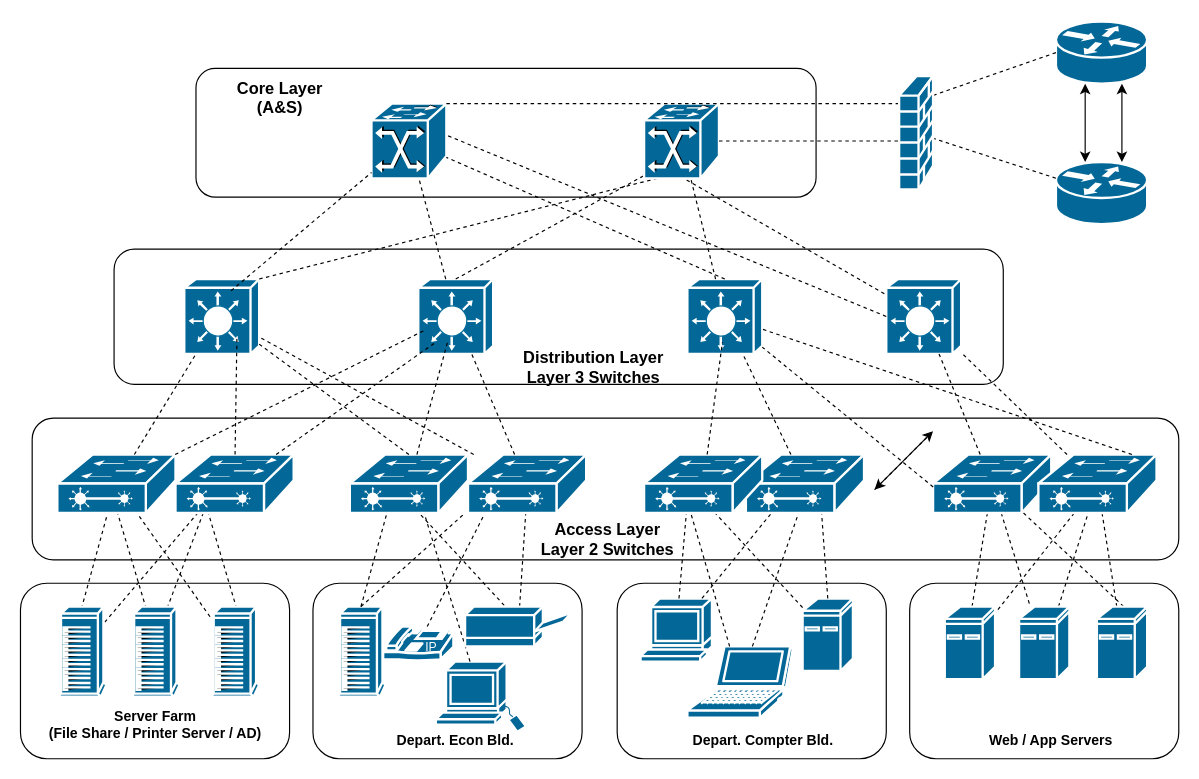
Earlier version of the draw.io diagram Untitled Diagram.drawio (geekcu/design-drawing). Source tidied: cells renumbered, new cells numbered last; positions are measured from the earlier drawing's top-left corner, leaving out a move shared by most shapes. Both pictures are drawn from the tidied source at 117%, with x=0, y=0 at pixel (20, 21).
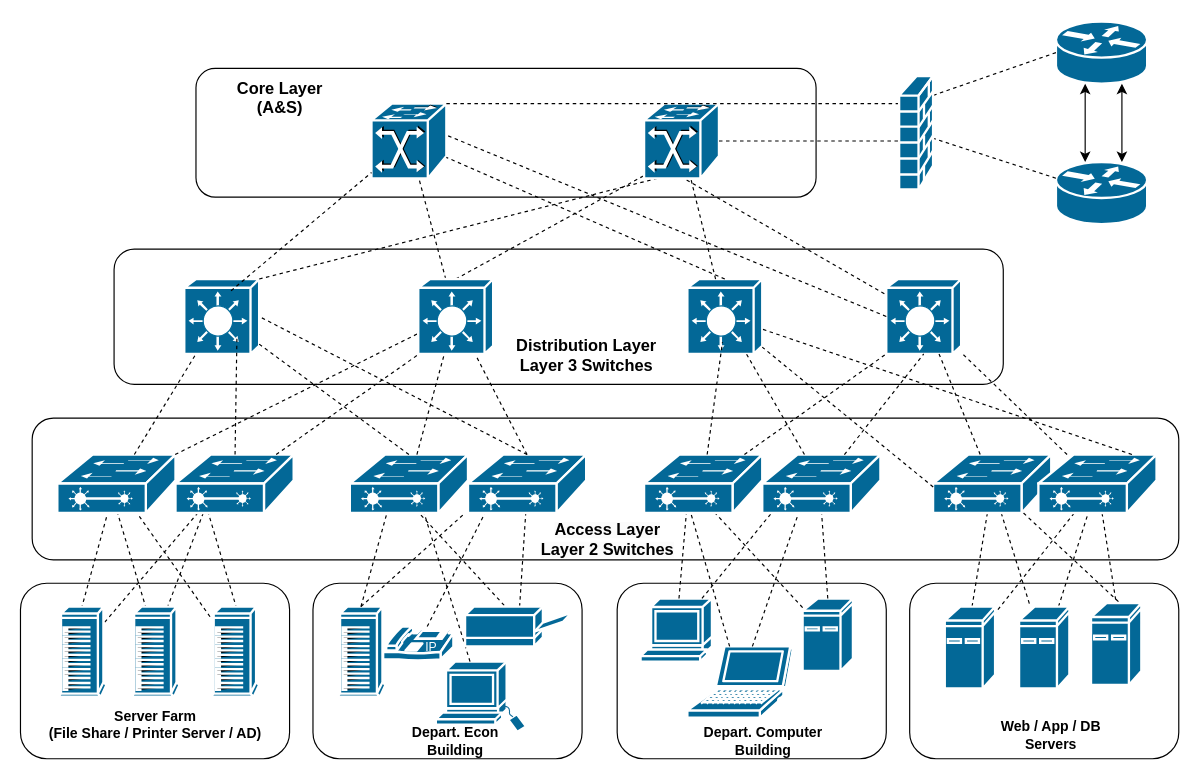
Above is the later version.

Unchanged cells that the change refers to:
```xml
<mxCell id="5" style="shape=mxgraph.cisco.switches.layer_3_switch;sketch=0;html=1;dashed=0;fillColor=#036897;strokeColor=#ffffff;strokeWidth=2;verticalLabelPosition=bottom;verticalAlign=top;align=center;outlineConnect=0;" parent="1" vertex="1">
  <mxGeometry x="140" y="220" width="64" height="64" as="geometry" />
</mxCell>
<mxCell id="11" style="shape=mxgraph.cisco.switches.layer_3_switch;sketch=0;html=1;dashed=0;fillColor=#036897;strokeColor=#ffffff;strokeWidth=2;verticalLabelPosition=bottom;verticalAlign=top;align=center;outlineConnect=0;" parent="1" vertex="1">
  <mxGeometry x="740" y="220" width="64" height="64" as="geometry" />
</mxCell>
<mxCell id="49" style="shape=mxgraph.cisco.switches.layer_2_remote_switch;sketch=0;html=1;dashed=0;fillColor=#036897;strokeColor=#ffffff;strokeWidth=2;verticalLabelPosition=bottom;verticalAlign=top;align=center;outlineConnect=0;" parent="1" vertex="1">
  <mxGeometry x="382.5" y="370" width="101" height="50" as="geometry" />
</mxCell>
<mxCell id="59" style="shape=mxgraph.cisco.switches.layer_2_remote_switch;sketch=0;html=1;dashed=0;fillColor=#036897;strokeColor=#ffffff;strokeWidth=2;verticalLabelPosition=bottom;verticalAlign=top;align=center;outlineConnect=0;fontStyle=1;" parent="1" vertex="1">
  <mxGeometry x="533" y="370" width="101" height="50" as="geometry" />
</mxCell>
```

The edit, as a diff of the source:
```diff
@@
-    <mxCell id="6" style="shape=mxgraph.cisco.switches.layer_3_switch;sketch=0;html=1;dashed=0;fillColor=#036897;strokeColor=#ffffff;strokeWidth=2;verticalLabelPosition=bottom;verticalAlign=top;align=center;outlineConnect=0;" parent="1" vertex="1">
-      <mxGeometry x="340" y="220" width="64" height="64" as="geometry" />
-    </mxCell>
@@
-    <mxCell id="24" value="&lt;b&gt;Depart. Econ Bld.&lt;/b&gt;" style="text;html=1;strokeColor=none;fillColor=none;align=center;verticalAlign=middle;whiteSpace=wrap;rounded=0;" parent="1" vertex="1">
+    <mxCell id="24" value="&lt;b&gt;Depart. Econ Building&lt;/b&gt;" style="text;html=1;strokeColor=none;fillColor=none;align=center;verticalAlign=middle;whiteSpace=wrap;rounded=0;" parent="1" vertex="1">
       <mxGeometry x="312" y="600" width="120" height="30" as="geometry" />
     </mxCell>
@@
-    <mxCell id="31" value="&lt;b&gt;Depart. Compter Bld.&lt;/b&gt;" style="text;html=1;strokeColor=none;fillColor=none;align=center;verticalAlign=middle;whiteSpace=wrap;rounded=0;" parent="1" vertex="1">
+    <mxCell id="31" value="&lt;b&gt;Depart. Computer Building&lt;/b&gt;" style="text;html=1;strokeColor=none;fillColor=none;align=center;verticalAlign=middle;whiteSpace=wrap;rounded=0;" parent="1" vertex="1">
       <mxGeometry x="570" y="600" width="130" height="30" as="geometry" />
     </mxCell>
@@
-    <mxCell id="33" value="&lt;b&gt;Web / App Servers&lt;/b&gt;" style="text;html=1;strokeColor=none;fillColor=none;align=center;verticalAlign=middle;whiteSpace=wrap;rounded=0;" parent="1" vertex="1">
-      <mxGeometry x="804" y="600" width="154" height="30" as="geometry" />
+    <mxCell id="33" value="&lt;b&gt;Web / App / DB&lt;br&gt;Servers&lt;/b&gt;" style="text;html=1;strokeColor=none;fillColor=none;align=center;verticalAlign=middle;whiteSpace=wrap;rounded=0;" parent="1" vertex="1">
+      <mxGeometry x="804" y="595" width="154" height="30" as="geometry" />
     </mxCell>
@@
     <mxCell id="58" style="shape=mxgraph.cisco.switches.layer_2_remote_switch;sketch=0;html=1;dashed=0;fillColor=#036897;strokeColor=#ffffff;strokeWidth=2;verticalLabelPosition=bottom;verticalAlign=top;align=center;outlineConnect=0;fontStyle=1;" parent="1" vertex="1">
-      <mxGeometry x="620" y="370" width="101" height="50" as="geometry" />
+      <mxGeometry x="634" y="370" width="101" height="50" as="geometry" />
     </mxCell>
+    <mxCell id="101" style="edgeStyle=none;rounded=0;jettySize=auto;html=1;" parent="1" edge="1" source="59" target="58">
+      <mxGeometry relative="1" as="geometry" />
+    </mxCell>
@@
     <mxCell id="70" style="shape=mxgraph.cisco.computers_and_peripherals.ibm_mini_as400;sketch=0;html=1;dashed=0;fillColor=#036897;strokeColor=#ffffff;strokeWidth=2;verticalLabelPosition=bottom;verticalAlign=top;align=center;" parent="1" vertex="1">
-      <mxGeometry x="790" y="500" width="43" height="62" as="geometry" />
+      <mxGeometry x="790" y="500" width="43" height="70" as="geometry" />
     </mxCell>
     <mxCell id="71" style="shape=mxgraph.cisco.computers_and_peripherals.ibm_mini_as400;sketch=0;html=1;dashed=0;fillColor=#036897;strokeColor=#ffffff;strokeWidth=2;verticalLabelPosition=bottom;verticalAlign=top;align=center;" parent="1" vertex="1">
-      <mxGeometry x="853.5" y="500" width="43" height="62" as="geometry" />
+      <mxGeometry x="853.5" y="500" width="43" height="70" as="geometry" />
     </mxCell>
     <mxCell id="72" style="shape=mxgraph.cisco.computers_and_peripherals.ibm_mini_as400;sketch=0;html=1;dashed=0;fillColor=#036897;strokeColor=#ffffff;strokeWidth=2;verticalLabelPosition=bottom;verticalAlign=top;align=center;" parent="1" vertex="1">
-      <mxGeometry x="920" y="500" width="43" height="62" as="geometry" />
+      <mxGeometry x="915" y="497" width="43" height="70" as="geometry" />
     </mxCell>
@@
-    <mxCell id="78" style="endArrow=none;dashed=1;html=1;rounded=0;" parent="1" edge="1" source="49" target="5">
-      <mxGeometry relative="1" as="geometry" />
-    </mxCell>
@@
-    <mxCell id="82" style="endArrow=none;dashed=1;html=1;rounded=0;" parent="1" edge="1" source="49" target="6">
+    <mxCell id="82" style="endArrow=none;dashed=1;html=1;rounded=0;exitX=0.5;exitY=0;exitDx=0;exitDy=0;exitPerimeter=0;" parent="1" edge="1" source="49" target="6">
       <mxGeometry relative="1" as="geometry" />
     </mxCell>
     <mxCell id="83" value="&lt;b&gt;&lt;font style=&quot;font-size: 14px;&quot;&gt;Distribution Layer&lt;br&gt;Layer 3 Switches&lt;br&gt;&lt;/font&gt;&lt;/b&gt;" style="text;html=1;strokeColor=none;fillColor=none;align=center;verticalAlign=middle;whiteSpace=wrap;rounded=0;" parent="1" vertex="1">
-      <mxGeometry x="410" y="279.5" width="160" height="30.5" as="geometry" />
+      <mxGeometry x="404" y="270" width="160" height="30.5" as="geometry" />
     </mxCell>
@@
-    <mxCell id="97" style="endArrow=none;dashed=1;html=1;rounded=0;" parent="1" edge="1">
-      <mxGeometry relative="1" as="geometry">
-        <mxPoint x="730" y="400" as="sourcePoint" />
-        <mxPoint x="780" y="350" as="targetPoint" />
-      </mxGeometry>
-    </mxCell>
-    <mxCell id="98" style="endArrow=classic;startArrow=classic;html=1;rounded=0;" parent="1" edge="1">
-      <mxGeometry relative="1" as="geometry">
-        <mxPoint x="730" y="400" as="sourcePoint" />
-        <mxPoint x="780" y="350" as="targetPoint" />
-      </mxGeometry>
-    </mxCell>
@@
+    <mxCell id="78" style="endArrow=none;dashed=1;html=1;rounded=0;entryX=1;entryY=0.5;entryDx=0;entryDy=0;entryPerimeter=0;exitX=0.5;exitY=0;exitDx=0;exitDy=0;exitPerimeter=0;" parent="1" edge="1" source="49" target="5">
+      <mxGeometry relative="1" as="geometry" />
+    </mxCell>
+    <mxCell id="6" style="shape=mxgraph.cisco.switches.layer_3_switch;sketch=0;html=1;dashed=0;fillColor=#036897;strokeColor=#ffffff;strokeWidth=2;verticalLabelPosition=bottom;verticalAlign=top;align=center;outlineConnect=0;" parent="1" vertex="1">
+      <mxGeometry x="340" y="220" width="64" height="64" as="geometry" />
+    </mxCell>
+    <mxCell id="102" style="endArrow=none;dashed=1;html=1;rounded=0;entryX=0;entryY=1;entryDx=0;entryDy=0;entryPerimeter=0;" parent="1" edge="1" source="59" target="11">
+      <mxGeometry relative="1" as="geometry" />
+    </mxCell>
+    <mxCell id="103" style="endArrow=none;dashed=1;html=1;rounded=0;entryX=0.5;entryY=1;entryDx=0;entryDy=0;entryPerimeter=0;" parent="1" edge="1" source="58" target="11">
+      <mxGeometry relative="1" as="geometry" />
+    </mxCell>
```
